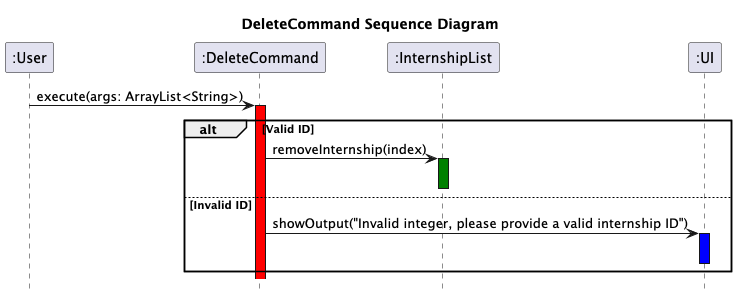
Above: docs/UML/DeleteCommand_Sequence_Diagram.png in nus-cs2113-AY2425S1/tp (PlantUML), before the change.
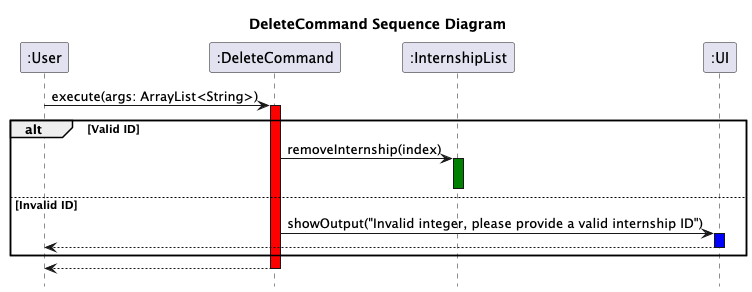
The same diagram one commit later.

Commit message:
updated seq diagram return statements

Change to the diagram source:
```diff
@@ -11,7 +11,8 @@
 else Invalid ID
     ":DeleteCommand" -> ":UI": showOutput("Invalid integer, please provide a valid internship ID")
     activate ":UI" #blue
+    ":UI"-->":User"
     deactivate ":UI"
 end
-
+return
 @enduml
```
